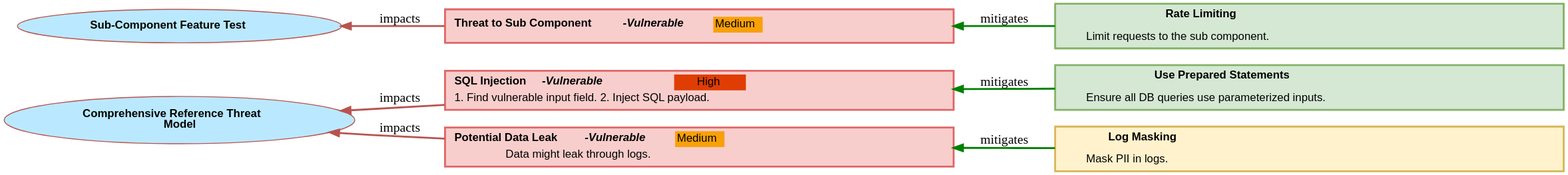
This is threat-model-tool-js/test-output/img/FullFeature_ATTACKTREE.svg from corda/threat-model-tool, a PlantUML export, as it was before one commit. Its source is kept beside it as threat-model-tool-js/test-output/img/FullFeature_ATTACKTREE.puml.
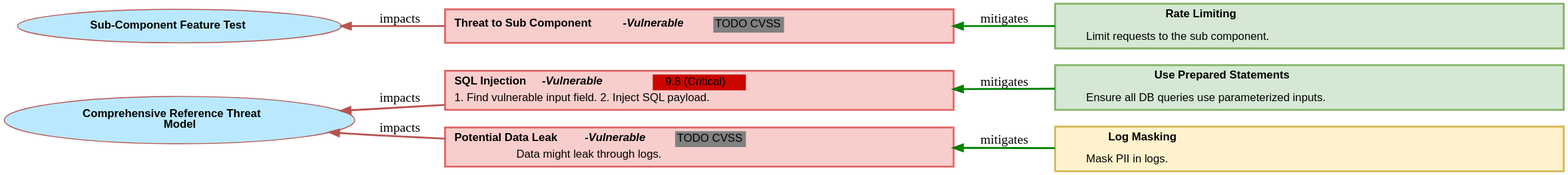
The same diagram one commit later.

Change to the diagram source:
```diff
@@ -17,7 +17,7 @@
     label=
     <<table border="0" cellborder="0" cellspacing="0" width="530">
      <tr><td align="left"><b>SQL Injection <i>-Vulnerable</i></b>
-     </td>  <td BGCOLOR="#df3d03">High</td></tr>
+     </td>  <td BGCOLOR="#cc0500">9.8 (Critical)</td></tr>
      <tr><td align="center" COLSPAN="2">1. Find vulnerable input field. 2. Inject SQL payload. </td></tr>
    </table>>
 ];
@@ -41,7 +41,7 @@
     label=
     <<table border="0" cellborder="0" cellspacing="0" width="530">
      <tr><td align="left"><b>Potential Data Leak <i>-Vulnerable</i></b>
-     </td>  <td BGCOLOR="#f9a009">Medium</td></tr>
+     </td>  <td BGCOLOR="gray">TODO CVSS</td></tr>
      <tr><td align="center" COLSPAN="2">Data might leak through logs.</td></tr>
    </table>>
 ];
@@ -72,7 +72,7 @@
     label=
     <<table border="0" cellborder="0" cellspacing="0" width="530">
      <tr><td align="left"><b>Threat to Sub Component <i>-Vulnerable</i></b>
-     </td>  <td BGCOLOR="#f9a009">Medium</td></tr>
+     </td>  <td BGCOLOR="gray">TODO CVSS</td></tr>
      <tr><td align="center" COLSPAN="2"></td></tr>
    </table>>
 ];
```
